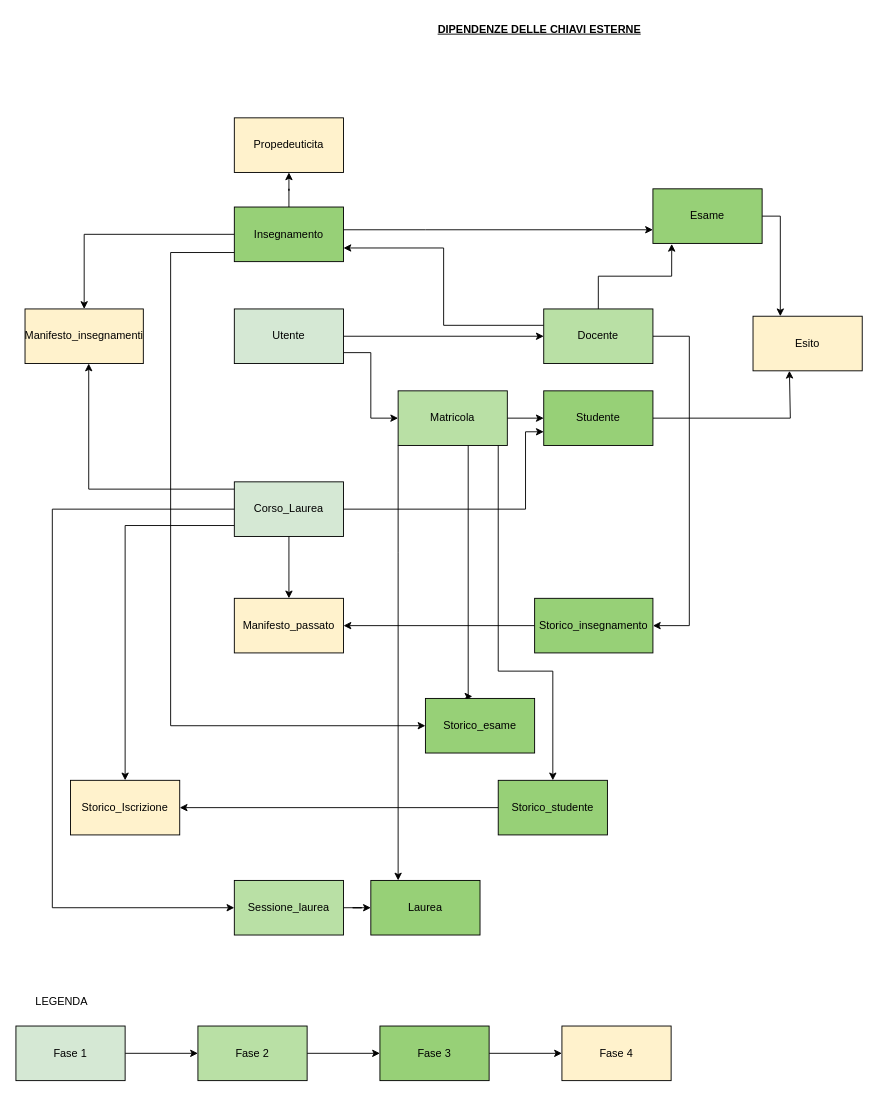
Earlier version of the draw.io diagram page "Dipendenze chiavi esterne" (3 of 3) of uni.drawio (michelebolis/UniversityExamSystem). Source tidied: cells renumbered, new cells numbered last; positions are measured from the earlier drawing's top-left corner, leaving out a move shared by most shapes. Both pictures are drawn from the tidied source at 91%, with x=0, y=0 at pixel (15, 15).
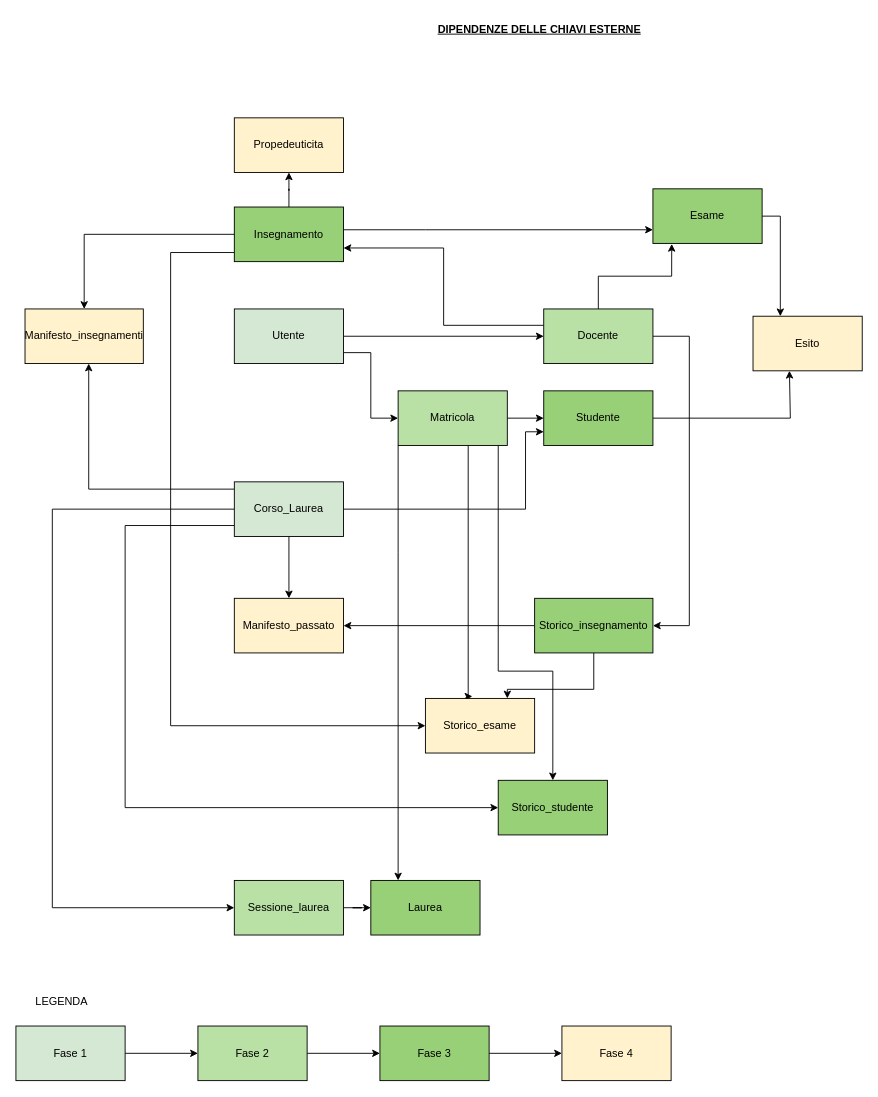
The same diagram, later.

Unchanged cells that the change refers to:
```xml
<mxCell id="21" value="Corso_Laurea" style="rounded=0;whiteSpace=wrap;html=1;fillColor=#D5E8D4;" parent="1" vertex="1">
  <mxGeometry x="240" y="512" width="120" height="60" as="geometry" />
</mxCell>
<mxCell id="34" value="Storico_insegnamento" style="whiteSpace=wrap;html=1;fillColor=#97D077;" parent="1" vertex="1">
  <mxGeometry x="570" y="640" width="130" height="60" as="geometry" />
</mxCell>
<mxCell id="36" value="Storico_studente" style="whiteSpace=wrap;html=1;fillColor=#97D077;" parent="1" vertex="1">
  <mxGeometry x="530" y="840" width="120" height="60" as="geometry" />
</mxCell>
```

What changed in the source:
```diff
@@
-    <mxCell id="19" style="edgeStyle=orthogonalEdgeStyle;rounded=0;jettySize=auto;html=1;" parent="1" edge="1" source="21" target="38">
+    <mxCell id="19" style="edgeStyle=orthogonalEdgeStyle;rounded=0;jettySize=auto;html=1;entryX=0;entryY=0.5;entryDx=0;entryDy=0;" parent="1" edge="1" source="21" target="36">
       <mxGeometry relative="1" as="geometry">
         <Array as="points">
           <mxPoint x="120" y="560" />
+          <mxPoint x="120" y="870" />
         </Array>
       </mxGeometry>
     </mxCell>
@@
+    <mxCell id="51" style="edgeStyle=orthogonalEdgeStyle;rounded=0;jettySize=auto;html=1;entryX=0.75;entryY=0;entryDx=0;entryDy=0;" parent="1" edge="1" source="34" target="37">
+      <mxGeometry relative="1" as="geometry">
+        <Array as="points">
+          <mxPoint x="635" y="740" />
+          <mxPoint x="540" y="740" />
+        </Array>
+      </mxGeometry>
+    </mxCell>
@@
-    <mxCell id="35" style="edgeStyle=orthogonalEdgeStyle;rounded=0;jettySize=auto;html=1;entryX=1;entryY=0.5;entryDx=0;entryDy=0;" parent="1" edge="1" source="36" target="38">
-      <mxGeometry relative="1" as="geometry" />
-    </mxCell>
@@
-    <mxCell id="37" value="Storico_esame" style="whiteSpace=wrap;html=1;fillColor=#97D077;" parent="1" vertex="1">
+    <mxCell id="37" value="Storico_esame" style="whiteSpace=wrap;html=1;fillColor=#FFF2CC;" parent="1" vertex="1">
       <mxGeometry x="450" y="750" width="120" height="60" as="geometry" />
     </mxCell>
-    <mxCell id="38" value="Storico_Iscrizione" style="whiteSpace=wrap;html=1;fillColor=#FFF2CC;" parent="1" vertex="1">
-      <mxGeometry x="60" y="840" width="120" height="60" as="geometry" />
-    </mxCell>
```
